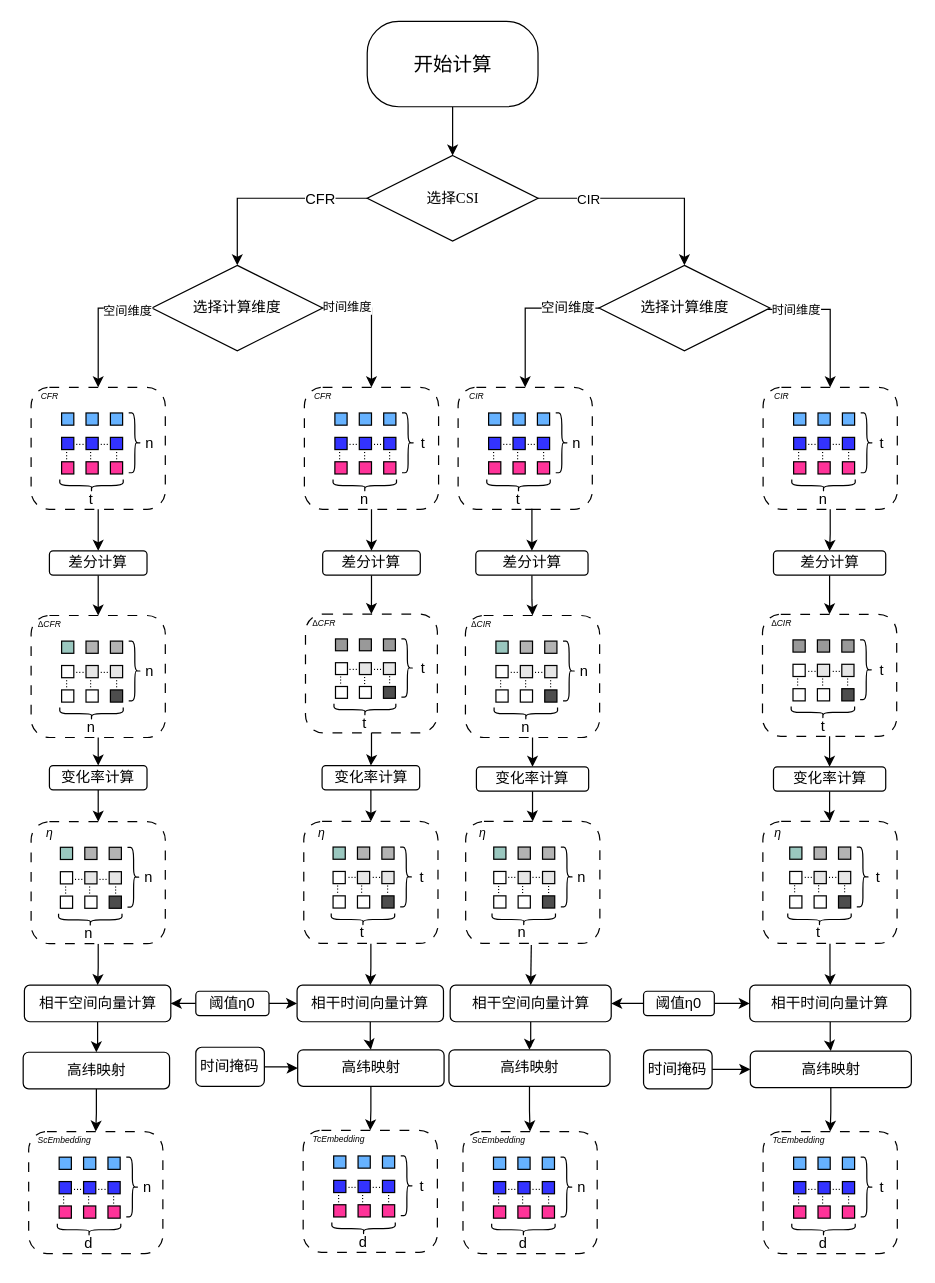
Before: Coherence Embedding.drawio in 1434470591/wubotao.github.io, a draw.io diagram. Source tidied: cells renumbered, new cells numbered last; positions are measured from the earlier drawing's top-left corner, leaving out a move shared by most shapes. Both pictures are drawn from the tidied source at 122%, with x=0, y=0 at pixel (21, 21).
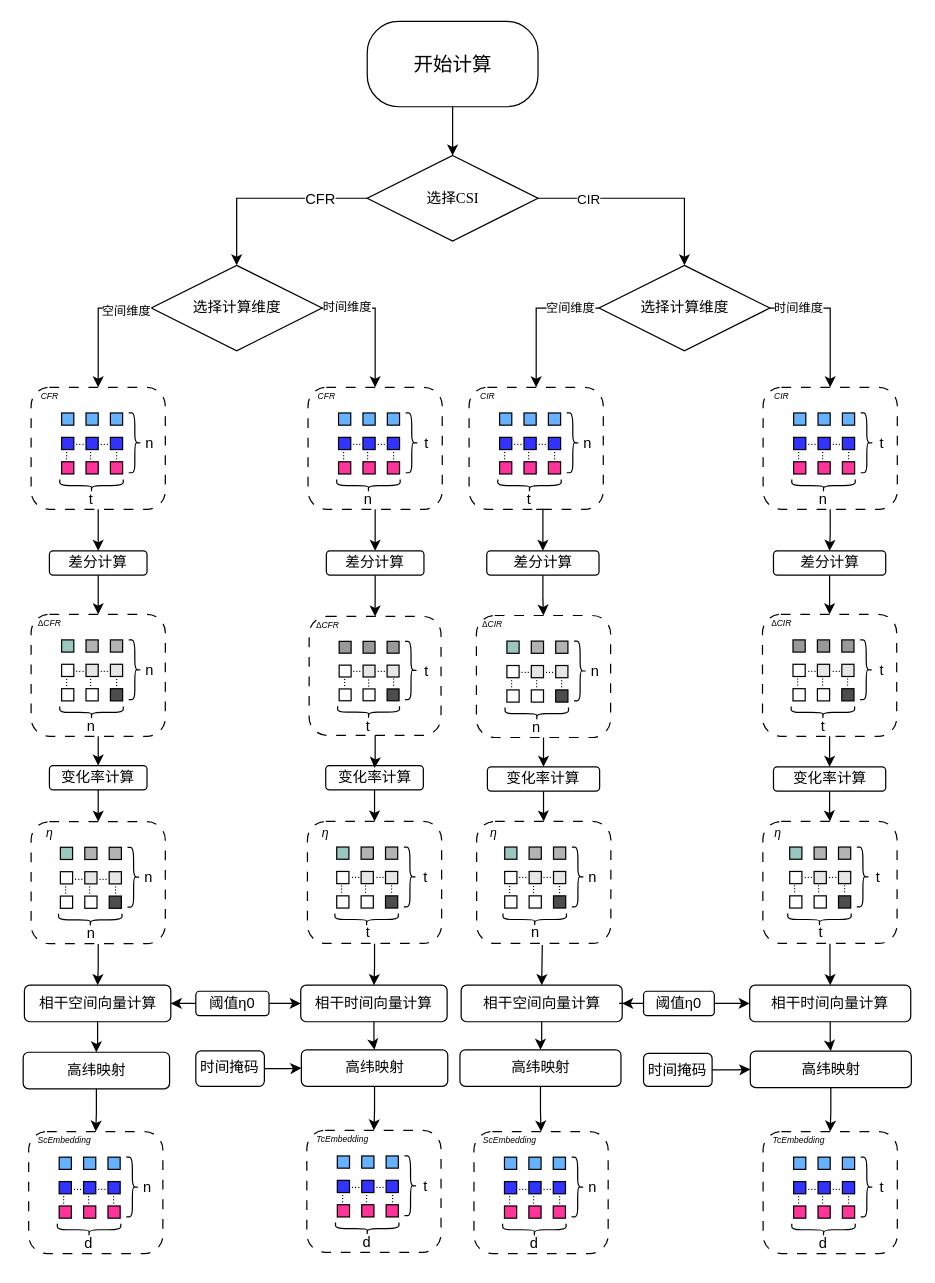
The same diagram, later.

The change refers to these unchanged cells:
```xml
<mxCell id="14" style="edgeStyle=orthogonalEdgeStyle;rounded=0;jettySize=auto;html=1;entryX=0.5;entryY=0;entryDx=0;entryDy=0;exitX=0;exitY=0.5;exitDx=0;exitDy=0;" parent="1" edge="1" source="16" target="210">
  <mxGeometry relative="1" as="geometry" />
</mxCell>
<mxCell id="16" value="选择计算维度" style="rhombus;whiteSpace=wrap;html=1;fontFamily=Times New Roman;" parent="1" vertex="1">
  <mxGeometry x="473.5" y="200" width="140" height="70" as="geometry" />
</mxCell>
<mxCell id="88" style="rounded=1;whiteSpace=wrap;html=1;dashed=1;dashPattern=8 8;" parent="87" vertex="1">
  <mxGeometry x="4.9" y="8.8" width="108.1" height="97.4" as="geometry" />
</mxCell>
<mxCell id="231" style="rounded=1;whiteSpace=wrap;html=1;dashed=1;dashPattern=8 8;" parent="230" vertex="1">
  <mxGeometry x="5" y="9" width="110" height="100" as="geometry" />
</mxCell>
```

Change to the diagram source:
```diff
@@
     <mxCell id="11" value="选择计算维度" style="rhombus;whiteSpace=wrap;html=1;fontFamily=Times New Roman;" parent="1" vertex="1">
-      <mxGeometry x="107" y="200" width="140" height="70" as="geometry" />
+      <mxGeometry x="106.5" y="200" width="140" height="70" as="geometry" />
     </mxCell>
-    <mxCell id="12" style="edgeStyle=orthogonalEdgeStyle;rounded=0;jettySize=auto;html=1;entryX=0.5;entryY=0;entryDx=0;entryDy=0;" parent="1" edge="1" target="231">
-      <mxGeometry relative="1" as="geometry">
-        <mxPoint x="523" y="235" as="sourcePoint" />
-        <Array as="points">
-          <mxPoint x="523" y="236" />
-          <mxPoint x="663" y="236" />
-          <mxPoint x="663" y="300" />
-        </Array>
-      </mxGeometry>
-    </mxCell>
-    <mxCell id="13" value="&lt;font style=&quot;font-size: 10px;&quot;&gt;时间维度&lt;/font&gt;" style="edgeLabel;html=1;align=center;verticalAlign=middle;" parent="12" vertex="1">
-      <mxGeometry x="-0.64" y="2" relative="1" as="geometry">
-        <mxPoint x="75" y="1" as="offset" />
-      </mxGeometry>
-    </mxCell>
@@
-    <mxCell id="15" value="空间维度" style="edgeLabel;html=1;align=center;verticalAlign=middle;" parent="14" vertex="1">
+    <mxCell id="15" value="&lt;font style=&quot;font-size: 10px;&quot;&gt;空间维度&lt;/font&gt;" style="edgeLabel;html=1;align=center;verticalAlign=middle;" parent="14" vertex="1">
       <mxGeometry x="-0.57" y="-1" relative="1" as="geometry">
         <mxPoint x="1" as="offset" />
       </mxGeometry>
     </mxCell>
+    <mxCell id="405" style="edgeStyle=orthogonalEdgeStyle;rounded=0;jettySize=auto;html=1;exitX=1;exitY=0.5;exitDx=0;exitDy=0;entryX=0.5;entryY=0;entryDx=0;entryDy=0;" parent="1" edge="1" source="16" target="231">
+      <mxGeometry relative="1" as="geometry" />
+    </mxCell>
+    <mxCell id="13" value="&lt;font style=&quot;font-size: 10px;&quot;&gt;时间维度&lt;/font&gt;" style="edgeLabel;html=1;align=center;verticalAlign=middle;" parent="405" vertex="1">
+      <mxGeometry x="-0.6" y="1" relative="1" as="geometry" />
+    </mxCell>
@@
     <mxCell id="40" style="group;" parent="1" vertex="1">
-      <mxGeometry x="227" y="291" width="117" height="116" as="geometry" />
+      <mxGeometry x="230" y="291" width="117" height="116" as="geometry" />
     </mxCell>
@@
     <mxCell id="61" style="group;" parent="1" vertex="1">
-      <mxGeometry x="3" y="478" width="117" height="116" as="geometry" />
+      <mxGeometry x="3" y="477" width="117" height="116" as="geometry" />
     </mxCell>
@@
     <mxCell id="86" value="差分计算" style="rounded=1;whiteSpace=wrap;html=1;" parent="1" vertex="1">
-      <mxGeometry x="247" y="434" width="80" height="20" as="geometry" />
+      <mxGeometry x="250" y="434" width="80" height="20" as="geometry" />
     </mxCell>
     <mxCell id="87" style="group;" parent="1" vertex="1">
-      <mxGeometry x="228" y="477" width="115" height="113" as="geometry" />
+      <mxGeometry x="231" y="479" width="115" height="113" as="geometry" />
     </mxCell>
@@
     <mxCell id="111" value="变化率计算" style="rounded=1;whiteSpace=wrap;html=1;" parent="1" vertex="1">
-      <mxGeometry x="246.5" y="610" width="80" height="20" as="geometry" />
+      <mxGeometry x="249.5" y="610" width="80" height="20" as="geometry" />
     </mxCell>
@@
-    <mxCell id="113" style="edgeStyle=orthogonalEdgeStyle;rounded=0;jettySize=auto;html=1;entryX=0.5;entryY=0;entryDx=0;entryDy=0;" parent="1" edge="1" source="88" target="111">
-      <mxGeometry relative="1" as="geometry" />
+    <mxCell id="113" style="edgeStyle=orthogonalEdgeStyle;rounded=0;jettySize=auto;html=1;entryX=0.5;entryY=0;entryDx=0;entryDy=0;" parent="1" edge="1" source="88">
+      <mxGeometry relative="1" as="geometry">
+        <mxPoint x="289.5" y="612" as="targetPoint" />
+      </mxGeometry>
     </mxCell>
@@
     <mxCell id="134" value="n" style="text;html=1;align=center;verticalAlign=middle;strokeColor=none;fillColor=none;" parent="1" vertex="1">
-      <mxGeometry x="40" y="732.5" width="30" height="30" as="geometry" />
+      <mxGeometry x="42" y="732.5" width="30" height="30" as="geometry" />
     </mxCell>
@@
     <mxCell id="136" style="rounded=1;whiteSpace=wrap;html=1;dashed=1;dashPattern=8 8;" parent="1" vertex="1">
-      <mxGeometry x="231.5" y="655.8" width="110" height="100" as="geometry" />
+      <mxGeometry x="234.5" y="655.8" width="110" height="100" as="geometry" />
     </mxCell>
     <mxCell id="137" style="rounded=0;whiteSpace=wrap;html=1;fillColor=#9AC7BF;" parent="1" vertex="1">
-      <mxGeometry x="255.5" y="676.8" width="10" height="10" as="geometry" />
+      <mxGeometry x="258.5" y="676.8" width="10" height="10" as="geometry" />
     </mxCell>
     <mxCell id="138" style="rounded=0;whiteSpace=wrap;html=1;fillColor=#B3B3B3;" parent="1" vertex="1">
-      <mxGeometry x="275.5" y="676.8" width="10" height="10" as="geometry" />
+      <mxGeometry x="278.5" y="676.8" width="10" height="10" as="geometry" />
     </mxCell>
     <mxCell id="139" style="rounded=0;whiteSpace=wrap;html=1;fillColor=#B3B3B3;" parent="1" vertex="1">
-      <mxGeometry x="295.5" y="676.8" width="10" height="10" as="geometry" />
+      <mxGeometry x="298.5" y="676.8" width="10" height="10" as="geometry" />
     </mxCell>
     <mxCell id="140" style="rounded=0;whiteSpace=wrap;html=1;fillColor=#FFFFFF;" parent="1" vertex="1">
-      <mxGeometry x="255.5" y="696.8" width="10" height="10" as="geometry" />
+      <mxGeometry x="258.5" y="696.8" width="10" height="10" as="geometry" />
     </mxCell>
     <mxCell id="141" style="rounded=0;whiteSpace=wrap;html=1;fillColor=#E6E6E6;" parent="1" vertex="1">
-      <mxGeometry x="275.5" y="696.8" width="10" height="10" as="geometry" />
+      <mxGeometry x="278.5" y="696.8" width="10" height="10" as="geometry" />
     </mxCell>
     <mxCell id="142" style="rounded=0;whiteSpace=wrap;html=1;fillColor=#E6E6E6;" parent="1" vertex="1">
-      <mxGeometry x="295.5" y="696.8" width="10" height="10" as="geometry" />
+      <mxGeometry x="298.5" y="696.8" width="10" height="10" as="geometry" />
     </mxCell>
     <mxCell id="143" style="rounded=0;whiteSpace=wrap;html=1;fillColor=#FFFFFF;" parent="1" vertex="1">
-      <mxGeometry x="255.5" y="716.8" width="10" height="10" as="geometry" />
+      <mxGeometry x="258.5" y="716.8" width="10" height="10" as="geometry" />
     </mxCell>
     <mxCell id="144" style="rounded=0;whiteSpace=wrap;html=1;fillColor=#FFFFFF;" parent="1" vertex="1">
-      <mxGeometry x="275.5" y="716.8" width="10" height="10" as="geometry" />
+      <mxGeometry x="278.5" y="716.8" width="10" height="10" as="geometry" />
     </mxCell>
     <mxCell id="145" style="rounded=0;whiteSpace=wrap;html=1;fillColor=#4D4D4D;" parent="1" vertex="1">
-      <mxGeometry x="295.5" y="716.8" width="10" height="10" as="geometry" />
+      <mxGeometry x="298.5" y="716.8" width="10" height="10" as="geometry" />
     </mxCell>
     <mxCell id="146" value="&lt;font style=&quot;font-size: 9px;&quot;&gt;...&lt;/font&gt;" style="text;html=1;align=center;verticalAlign=middle;whiteSpace=wrap;rounded=0;" parent="1" vertex="1">
-      <mxGeometry x="263.5" y="698.8" width="15" as="geometry" />
+      <mxGeometry x="266.5" y="698.8" width="15" as="geometry" />
     </mxCell>
     <mxCell id="147" value="&lt;font style=&quot;font-size: 9px;&quot;&gt;...&lt;/font&gt;" style="text;html=1;align=center;verticalAlign=middle;whiteSpace=wrap;rounded=0;" parent="1" vertex="1">
-      <mxGeometry x="283.5" y="698.8" width="15" as="geometry" />
+      <mxGeometry x="286.5" y="698.8" width="15" as="geometry" />
     </mxCell>
     <mxCell id="148" value="&lt;font style=&quot;font-size: 9px;&quot;&gt;...&lt;/font&gt;" style="text;html=1;align=center;verticalAlign=middle;whiteSpace=wrap;rounded=0;rotation=90;" parent="1" vertex="1">
-      <mxGeometry x="297.5" y="711.8" width="15" as="geometry" />
+      <mxGeometry x="300.5" y="711.8" width="15" as="geometry" />
     </mxCell>
     <mxCell id="149" value="&lt;font style=&quot;font-size: 9px;&quot;&gt;...&lt;/font&gt;" style="text;html=1;align=center;verticalAlign=middle;whiteSpace=wrap;rounded=0;rotation=90;" parent="1" vertex="1">
-      <mxGeometry x="276.5" y="711.8" width="15" as="geometry" />
+      <mxGeometry x="279.5" y="711.8" width="15" as="geometry" />
     </mxCell>
     <mxCell id="150" value="&lt;font style=&quot;font-size: 9px;&quot;&gt;...&lt;/font&gt;" style="text;html=1;align=center;verticalAlign=middle;whiteSpace=wrap;rounded=0;rotation=90;" parent="1" vertex="1">
-      <mxGeometry x="256.5" y="711.8" width="15" as="geometry" />
+      <mxGeometry x="259.5" y="711.8" width="15" as="geometry" />
     </mxCell>
     <mxCell id="151" style="shape=curlyBracket;whiteSpace=wrap;html=1;rounded=1;flipH=1;labelPosition=right;verticalLabelPosition=middle;align=left;verticalAlign=middle;" parent="1" vertex="1">
-      <mxGeometry x="310.5" y="676.8" width="10" height="49" as="geometry" />
+      <mxGeometry x="313.5" y="676.8" width="10" height="49" as="geometry" />
     </mxCell>
     <mxCell id="152" style="shape=curlyBracket;whiteSpace=wrap;html=1;rounded=1;flipH=1;labelPosition=right;verticalLabelPosition=middle;align=left;verticalAlign=middle;rotation=90;size=0.5;" parent="1" vertex="1">
-      <mxGeometry x="275" y="710.2" width="10" height="52" as="geometry" />
+      <mxGeometry x="278" y="710.2" width="10" height="52" as="geometry" />
     </mxCell>
     <mxCell id="153" value="t" style="text;html=1;align=center;verticalAlign=middle;strokeColor=none;fillColor=none;" parent="1" vertex="1">
-      <mxGeometry x="312.5" y="686.8" width="30" height="30" as="geometry" />
+      <mxGeometry x="315.5" y="686.8" width="30" height="30" as="geometry" />
     </mxCell>
     <mxCell id="154" value="&lt;div&gt;&lt;i style=&quot;&quot;&gt;&lt;font style=&quot;font-size: 10px;&quot;&gt;η&lt;/font&gt;&lt;/i&gt;&lt;/div&gt;" style="text;html=1;align=center;verticalAlign=middle;strokeColor=none;fillColor=none;" parent="1" vertex="1">
-      <mxGeometry x="231" y="649.8" width="30" height="30" as="geometry" />
+      <mxGeometry x="234" y="649.8" width="30" height="30" as="geometry" />
     </mxCell>
     <mxCell id="155" value="t" style="text;html=1;align=center;verticalAlign=middle;strokeColor=none;fillColor=none;" parent="1" vertex="1">
-      <mxGeometry x="263.5" y="732.2" width="30" height="30" as="geometry" />
+      <mxGeometry x="268.5" y="732.2" width="30" height="30" as="geometry" />
     </mxCell>
@@
     <mxCell id="159" value="相干时间向量计算" style="rounded=1;whiteSpace=wrap;html=1;" parent="1" vertex="1">
-      <mxGeometry x="226" y="790" width="120" height="30" as="geometry" />
+      <mxGeometry x="229" y="790" width="120" height="30" as="geometry" />
     </mxCell>
@@
     <mxCell id="184" style="group;" parent="1" vertex="1">
-      <mxGeometry x="226" y="900" width="117" height="116" as="geometry" />
+      <mxGeometry x="229" y="900" width="117" height="116" as="geometry" />
     </mxCell>
@@
     <mxCell id="208" value="高纬映射" style="rounded=1;whiteSpace=wrap;html=1;" parent="1" vertex="1">
-      <mxGeometry x="226.5" y="843" width="120" height="30" as="geometry" />
+      <mxGeometry x="229.5" y="843" width="120" height="30" as="geometry" />
     </mxCell>
     <mxCell id="209" style="group;" parent="1" vertex="1">
-      <mxGeometry x="353" y="291" width="129" height="116" as="geometry" />
+      <mxGeometry x="362" y="291" width="129" height="116" as="geometry" />
     </mxCell>
@@
     <mxCell id="251" style="group;" parent="1" vertex="1">
-      <mxGeometry x="353" y="478" width="129" height="116" as="geometry" />
+      <mxGeometry x="362" y="478" width="129" height="116" as="geometry" />
     </mxCell>
@@
     <mxCell id="274" value="差分计算" style="rounded=1;whiteSpace=wrap;html=1;" parent="1" vertex="1">
-      <mxGeometry x="372.5" y="434" width="92" height="20" as="geometry" />
+      <mxGeometry x="381.5" y="434" width="92" height="20" as="geometry" />
     </mxCell>
@@
     <mxCell id="299" value="变化率计算" style="rounded=1;whiteSpace=wrap;html=1;" parent="1" vertex="1">
-      <mxGeometry x="373" y="611" width="92" height="20" as="geometry" />
+      <mxGeometry x="382" y="611" width="92" height="20" as="geometry" />
     </mxCell>
@@
     <mxCell id="304" style="edgeStyle=orthogonalEdgeStyle;rounded=0;jettySize=auto;html=1;entryX=0.5;entryY=0;entryDx=0;entryDy=0;" parent="1" edge="1" target="306">
       <mxGeometry relative="1" as="geometry">
-        <mxPoint x="418" y="757" as="sourcePoint" />
+        <mxPoint x="427" y="757" as="sourcePoint" />
       </mxGeometry>
     </mxCell>
@@
     <mxCell id="306" value="相干空间向量计算" style="rounded=1;whiteSpace=wrap;html=1;" parent="1" vertex="1">
-      <mxGeometry x="351.5" y="790" width="132" height="30" as="geometry" />
+      <mxGeometry x="360.5" y="790" width="132" height="30" as="geometry" />
     </mxCell>
@@
     <mxCell id="312" style="group;rotation=90;" parent="1" vertex="1">
-      <mxGeometry x="350" y="890" width="129" height="116" as="geometry" />
+      <mxGeometry x="359" y="890" width="129" height="116" as="geometry" />
     </mxCell>
@@
     <mxCell id="355" value="高纬映射" style="rounded=1;whiteSpace=wrap;html=1;" parent="1" vertex="1">
-      <mxGeometry x="350.5" y="843" width="132" height="30" as="geometry" />
+      <mxGeometry x="359.5" y="843" width="132" height="30" as="geometry" />
     </mxCell>
@@
     <mxCell id="358" style="rounded=1;whiteSpace=wrap;html=1;dashed=1;dashPattern=8 8;" parent="1" vertex="1">
-      <mxGeometry x="364.2" y="655.8" width="110" height="100" as="geometry" />
+      <mxGeometry x="373.2" y="655.8" width="110" height="100" as="geometry" />
     </mxCell>
     <mxCell id="359" style="rounded=0;whiteSpace=wrap;html=1;fillColor=#9AC7BF;" parent="1" vertex="1">
-      <mxGeometry x="387.2" y="676.8" width="10" height="10" as="geometry" />
+      <mxGeometry x="396.2" y="676.8" width="10" height="10" as="geometry" />
     </mxCell>
     <mxCell id="360" style="rounded=0;whiteSpace=wrap;html=1;fillColor=#B3B3B3;" parent="1" vertex="1">
-      <mxGeometry x="407.2" y="676.8" width="10" height="10" as="geometry" />
+      <mxGeometry x="416.2" y="676.8" width="10" height="10" as="geometry" />
     </mxCell>
     <mxCell id="361" style="rounded=0;whiteSpace=wrap;html=1;fillColor=#B3B3B3;" parent="1" vertex="1">
-      <mxGeometry x="427.2" y="676.8" width="10" height="10" as="geometry" />
+      <mxGeometry x="436.2" y="676.8" width="10" height="10" as="geometry" />
     </mxCell>
     <mxCell id="362" style="rounded=0;whiteSpace=wrap;html=1;fillColor=#FFFFFF;" parent="1" vertex="1">
-      <mxGeometry x="387.2" y="696.8" width="10" height="10" as="geometry" />
+      <mxGeometry x="396.2" y="696.8" width="10" height="10" as="geometry" />
     </mxCell>
     <mxCell id="363" style="rounded=0;whiteSpace=wrap;html=1;fillColor=#E6E6E6;" parent="1" vertex="1">
-      <mxGeometry x="407.2" y="696.8" width="10" height="10" as="geometry" />
+      <mxGeometry x="416.2" y="696.8" width="10" height="10" as="geometry" />
     </mxCell>
     <mxCell id="364" style="rounded=0;whiteSpace=wrap;html=1;fillColor=#E6E6E6;" parent="1" vertex="1">
-      <mxGeometry x="427.2" y="696.8" width="10" height="10" as="geometry" />
+      <mxGeometry x="436.2" y="696.8" width="10" height="10" as="geometry" />
     </mxCell>
     <mxCell id="365" style="rounded=0;whiteSpace=wrap;html=1;fillColor=#FFFFFF;" parent="1" vertex="1">
-      <mxGeometry x="387.2" y="716.8" width="10" height="10" as="geometry" />
+      <mxGeometry x="396.2" y="716.8" width="10" height="10" as="geometry" />
     </mxCell>
     <mxCell id="366" style="rounded=0;whiteSpace=wrap;html=1;fillColor=#FFFFFF;" parent="1" vertex="1">
-      <mxGeometry x="407.2" y="716.8" width="10" height="10" as="geometry" />
+      <mxGeometry x="416.2" y="716.8" width="10" height="10" as="geometry" />
     </mxCell>
     <mxCell id="367" style="rounded=0;whiteSpace=wrap;html=1;fillColor=#4D4D4D;" parent="1" vertex="1">
-      <mxGeometry x="427.2" y="716.8" width="10" height="10" as="geometry" />
+      <mxGeometry x="436.2" y="716.8" width="10" height="10" as="geometry" />
     </mxCell>
     <mxCell id="368" value="&lt;font style=&quot;font-size: 9px;&quot;&gt;...&lt;/font&gt;" style="text;html=1;align=center;verticalAlign=middle;whiteSpace=wrap;rounded=0;" parent="1" vertex="1">
-      <mxGeometry x="395.2" y="698.8" width="15" as="geometry" />
+      <mxGeometry x="404.2" y="698.8" width="15" as="geometry" />
     </mxCell>
     <mxCell id="369" value="&lt;font style=&quot;font-size: 9px;&quot;&gt;...&lt;/font&gt;" style="text;html=1;align=center;verticalAlign=middle;whiteSpace=wrap;rounded=0;" parent="1" vertex="1">
-      <mxGeometry x="415.2" y="698.8" width="15" as="geometry" />
+      <mxGeometry x="424.2" y="698.8" width="15" as="geometry" />
     </mxCell>
     <mxCell id="370" value="&lt;font style=&quot;font-size: 9px;&quot;&gt;...&lt;/font&gt;" style="text;html=1;align=center;verticalAlign=middle;whiteSpace=wrap;rounded=0;rotation=90;" parent="1" vertex="1">
-      <mxGeometry x="429.2" y="711.8" width="15" as="geometry" />
+      <mxGeometry x="438.2" y="711.8" width="15" as="geometry" />
     </mxCell>
     <mxCell id="371" value="&lt;font style=&quot;font-size: 9px;&quot;&gt;...&lt;/font&gt;" style="text;html=1;align=center;verticalAlign=middle;whiteSpace=wrap;rounded=0;rotation=90;" parent="1" vertex="1">
-      <mxGeometry x="408.2" y="711.8" width="15" as="geometry" />
+      <mxGeometry x="417.2" y="711.8" width="15" as="geometry" />
     </mxCell>
     <mxCell id="372" value="&lt;font style=&quot;font-size: 9px;&quot;&gt;...&lt;/font&gt;" style="text;html=1;align=center;verticalAlign=middle;whiteSpace=wrap;rounded=0;rotation=90;" parent="1" vertex="1">
-      <mxGeometry x="388.2" y="711.8" width="15" as="geometry" />
+      <mxGeometry x="397.2" y="711.8" width="15" as="geometry" />
     </mxCell>
     <mxCell id="373" style="shape=curlyBracket;whiteSpace=wrap;html=1;rounded=1;flipH=1;labelPosition=right;verticalLabelPosition=middle;align=left;verticalAlign=middle;" parent="1" vertex="1">
-      <mxGeometry x="442.2" y="676.8" width="10" height="49" as="geometry" />
+      <mxGeometry x="451.2" y="676.8" width="10" height="49" as="geometry" />
     </mxCell>
     <mxCell id="374" style="shape=curlyBracket;whiteSpace=wrap;html=1;rounded=1;flipH=1;labelPosition=right;verticalLabelPosition=middle;align=left;verticalAlign=middle;rotation=90;size=0.5;" parent="1" vertex="1">
-      <mxGeometry x="406.8" y="710.2" width="10" height="52" as="geometry" />
+      <mxGeometry x="415.8" y="710.2" width="10" height="52" as="geometry" />
     </mxCell>
     <mxCell id="375" value="n" style="text;html=1;align=center;verticalAlign=middle;strokeColor=none;fillColor=none;" parent="1" vertex="1">
-      <mxGeometry x="444.2" y="686.8" width="30" height="30" as="geometry" />
+      <mxGeometry x="453.2" y="686.8" width="30" height="30" as="geometry" />
     </mxCell>
     <mxCell id="376" value="&lt;div&gt;&lt;i style=&quot;&quot;&gt;&lt;font style=&quot;font-size: 10px;&quot;&gt;η&lt;/font&gt;&lt;/i&gt;&lt;/div&gt;" style="text;html=1;align=center;verticalAlign=middle;strokeColor=none;fillColor=none;" parent="1" vertex="1">
-      <mxGeometry x="362.8" y="649.8" width="30" height="30" as="geometry" />
+      <mxGeometry x="371.8" y="649.8" width="30" height="30" as="geometry" />
     </mxCell>
     <mxCell id="377" value="n" style="text;html=1;align=center;verticalAlign=middle;strokeColor=none;fillColor=none;" parent="1" vertex="1">
-      <mxGeometry x="395.2" y="732.2" width="30" height="30" as="geometry" />
+      <mxGeometry x="406.2" y="732.2" width="30" height="30" as="geometry" />
     </mxCell>
@@
     <mxCell id="398" value="t" style="text;html=1;align=center;verticalAlign=middle;strokeColor=none;fillColor=none;" parent="1" vertex="1">
-      <mxGeometry x="637.8" y="732.2" width="30" height="30" as="geometry" />
+      <mxGeometry x="639.8" y="732.2" width="30" height="30" as="geometry" />
     </mxCell>
@@
     <mxCell id="400" value="时间掩码" style="rounded=1;whiteSpace=wrap;html=1;" parent="1" vertex="1">
-      <mxGeometry x="143" y="840.9" width="56.2" height="32.1" as="geometry" />
+      <mxGeometry x="143" y="843.9" width="56.2" height="29.1" as="geometry" />
     </mxCell>
@@
     <mxCell id="402" value="时间掩码" style="rounded=1;whiteSpace=wrap;html=1;" parent="1" vertex="1">
-      <mxGeometry x="510" y="843" width="56.2" height="32.1" as="geometry" />
+      <mxGeometry x="510" y="846" width="56.2" height="27" as="geometry" />
     </mxCell>
```
